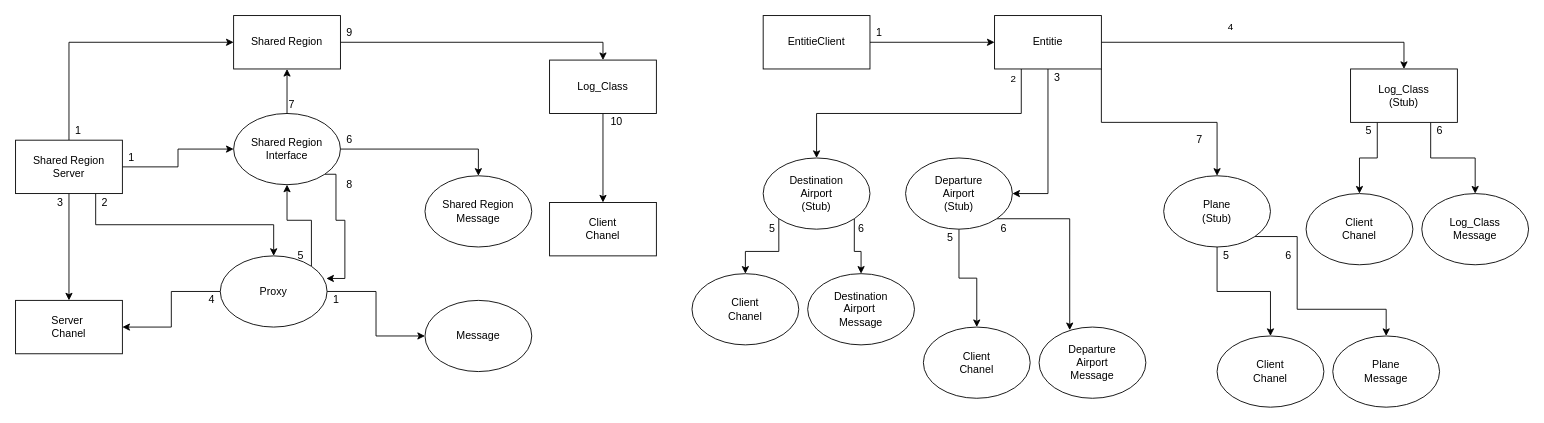
Above: newDiagram.drawio in DiogoFernandes77/SD-P2 (draw.io), before the change. Source tidied: cells renumbered, new cells numbered last; positions are measured from the earlier drawing's top-left corner, leaving out a move shared by most shapes. Both pictures are drawn from the tidied source at 89%, with x=0, y=0 at pixel (15, 15).
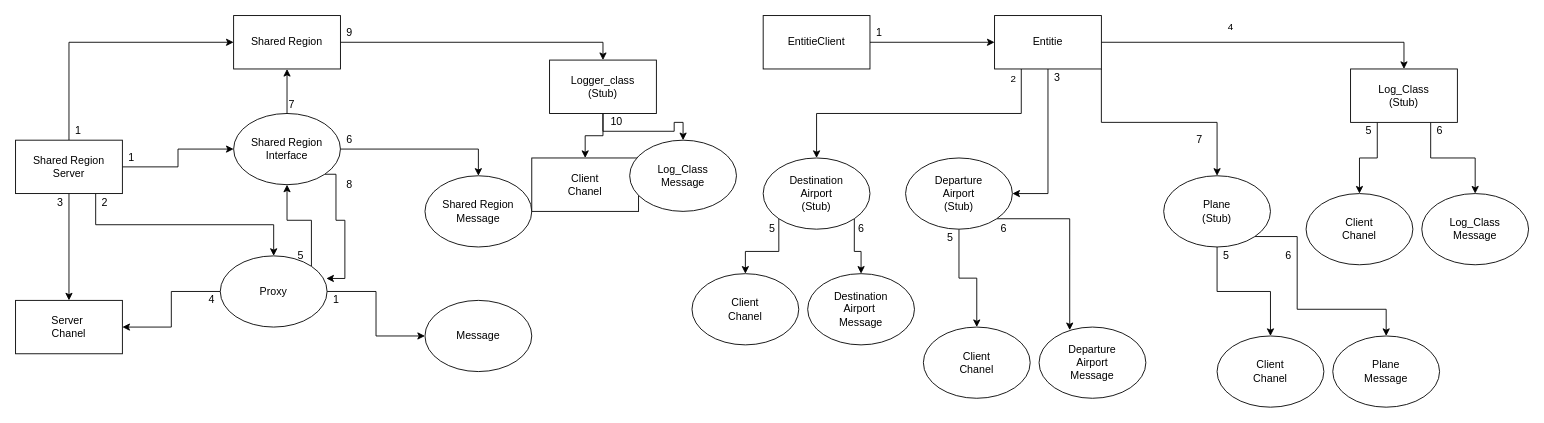
Above is the later version.

The edit, as a diff of the source:
```diff
@@
+    <mxCell id="75" style="edgeStyle=orthogonalEdgeStyle;rounded=0;jettySize=auto;html=1;exitX=0.5;exitY=1;exitDx=0;exitDy=0;" parent="1" edge="1" source="8" target="76">
+      <mxGeometry relative="1" as="geometry" />
+    </mxCell>
-    <mxCell id="8" value="Log_Class&lt;br&gt;" style="rounded=0;whiteSpace=wrap;html=1;" parent="1" vertex="1">
+    <mxCell id="8" value="&lt;div&gt;Logger_class&lt;/div&gt;&lt;div&gt;(Stub)&lt;/div&gt;" style="rounded=0;whiteSpace=wrap;html=1;" parent="1" vertex="1">
       <mxGeometry x="600" y="50" width="120" height="60" as="geometry" />
     </mxCell>
@@
     <mxCell id="16" value="Client&lt;br&gt;Chanel" style="rounded=0;whiteSpace=wrap;html=1;" parent="1" vertex="1">
-      <mxGeometry x="600" y="210" width="120" height="60" as="geometry" />
+      <mxGeometry x="580" y="160" width="120" height="60" as="geometry" />
     </mxCell>
@@
+    <mxCell id="76" value="Log_Class&lt;br&gt;Message" style="ellipse;whiteSpace=wrap;html=1;" parent="1" vertex="1">
+      <mxGeometry x="690" y="140" width="120" height="80" as="geometry" />
+    </mxCell>
```
